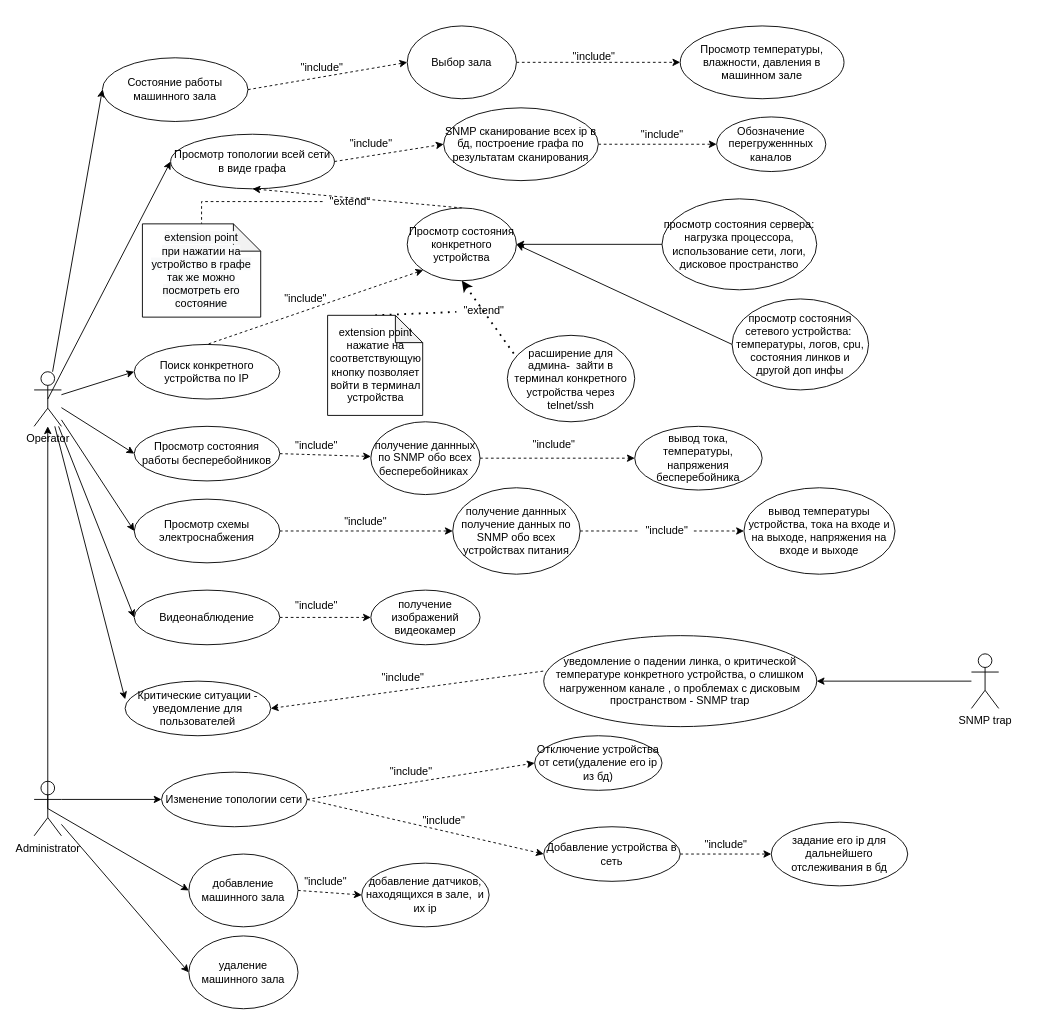
sophiiako/unik keeps this draw.io diagram as Untitled Diagram.drawio. Above is the earlier version. Source tidied: cells renumbered, new cells numbered last; positions are measured from the earlier drawing's top-left corner, leaving out a move shared by most shapes. Both pictures are drawn from the tidied source at 91%, with x=0, y=0 at pixel (34, 25).
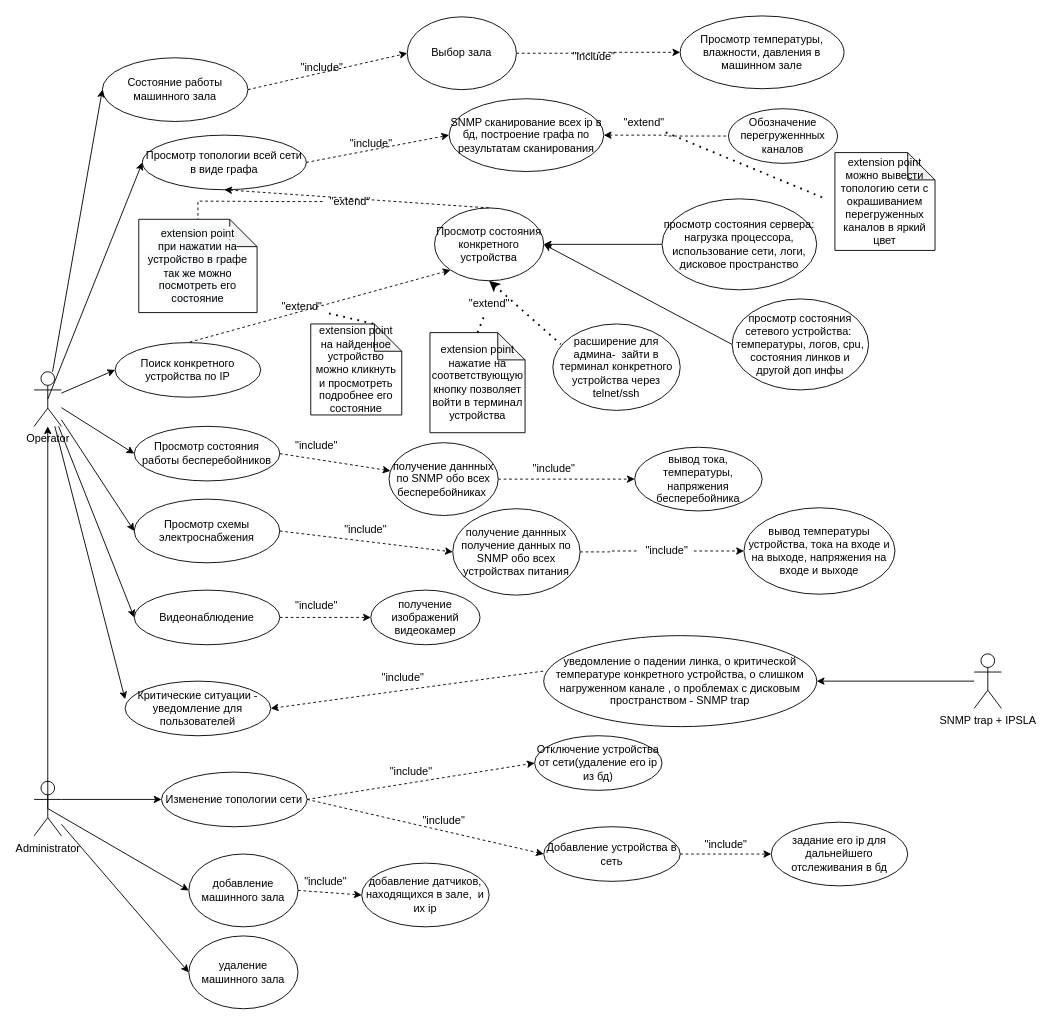
The same page after the edit.

The change refers to these unchanged cells:
```xml
<mxCell id="7" value="Просмотр схемы электроснабжения" style="ellipse;whiteSpace=wrap;html=1;" parent="1" vertex="1">
  <mxGeometry x="110" y="520" width="160" height="70" as="geometry" />
</mxCell>
```

What changed in the source:
```diff
@@
     <mxCell id="3" value="Просмотр температуры, влажности, давления в машинном зале" style="ellipse;whiteSpace=wrap;html=1;" parent="1" vertex="1">
-      <mxGeometry x="710" width="180" height="80" as="geometry" />
+      <mxGeometry x="710" y="-11" width="180" height="80" as="geometry" />
     </mxCell>
     <mxCell id="4" value="Просмотр топологии всей сети в виде графа" style="ellipse;whiteSpace=wrap;html=1;" parent="1" vertex="1">
-      <mxGeometry x="150" y="119" width="180" height="60" as="geometry" />
+      <mxGeometry x="119" y="120" width="180" height="60" as="geometry" />
     </mxCell>
@@
-    <mxCell id="6" style="edgeStyle=orthogonalEdgeStyle;rounded=0;jettySize=auto;html=1;dashed=1;" parent="1" edge="1" source="7" target="30">
-      <mxGeometry relative="1" as="geometry" />
-    </mxCell>
@@
     <mxCell id="9" value="Просмотр состояния конкретного устройства" style="ellipse;whiteSpace=wrap;html=1;" parent="1" vertex="1">
-      <mxGeometry x="410" y="200" width="120" height="80" as="geometry" />
+      <mxGeometry x="440" y="200" width="120" height="80" as="geometry" />
     </mxCell>
@@
     <mxCell id="12" value="Обозначение перегруженнных каналов" style="ellipse;whiteSpace=wrap;html=1;" parent="1" vertex="1">
-      <mxGeometry x="750" y="100" width="120" height="60" as="geometry" />
+      <mxGeometry x="763" y="91" width="120" height="60" as="geometry" />
     </mxCell>
@@
     <mxCell id="16" value="Поиск конкретного устройства по IP" style="ellipse;whiteSpace=wrap;html=1;" parent="1" vertex="1">
-      <mxGeometry x="110" y="350" width="160" height="60" as="geometry" />
+      <mxGeometry x="89" y="348" width="160" height="60" as="geometry" />
     </mxCell>
@@
     <mxCell id="30" value="получение даннных получение данных по SNMP обо всех устройствах питания" style="ellipse;whiteSpace=wrap;html=1;" parent="1" vertex="1">
-      <mxGeometry x="460" y="507.5" width="140" height="95" as="geometry" />
+      <mxGeometry x="460" y="530.5" width="140" height="95" as="geometry" />
     </mxCell>
@@
     <mxCell id="32" value="получение даннных по SNMP обо всех бесперебойниках&amp;nbsp;" style="ellipse;whiteSpace=wrap;html=1;" parent="1" vertex="1">
-      <mxGeometry x="370" y="435" width="120" height="80" as="geometry" />
+      <mxGeometry x="390" y="458" width="120" height="80" as="geometry" />
     </mxCell>
@@
     <mxCell id="34" value="Выбор зала" style="ellipse;whiteSpace=wrap;html=1;" parent="1" vertex="1">
-      <mxGeometry x="410" width="120" height="80" as="geometry" />
+      <mxGeometry x="410" y="-10" width="120" height="80" as="geometry" />
     </mxCell>
-    <mxCell id="35" style="edgeStyle=orthogonalEdgeStyle;rounded=0;jettySize=auto;html=1;dashed=1;" parent="1" edge="1" source="36" target="12">
+    <mxCell id="35" style="edgeStyle=orthogonalEdgeStyle;rounded=0;jettySize=auto;html=1;dashed=1;endArrow=none;endFill=0;startArrow=classic;startFill=1;" parent="1" edge="1" source="36" target="12">
       <mxGeometry relative="1" as="geometry" />
     </mxCell>
     <mxCell id="36" value="SNMP сканирование всех ip в бд, построение графа по результатам сканирования" style="ellipse;whiteSpace=wrap;html=1;" parent="1" vertex="1">
-      <mxGeometry x="450" y="90" width="170" height="80" as="geometry" />
+      <mxGeometry x="456" y="80" width="170" height="80" as="geometry" />
     </mxCell>
@@
     <mxCell id="42" value="расширение для админа-&amp;nbsp; зайти в терминал конкретного устройства через telnet/ssh" style="ellipse;whiteSpace=wrap;html=1;" parent="1" vertex="1">
-      <mxGeometry x="520" y="340" width="140" height="95" as="geometry" />
+      <mxGeometry x="570" y="327.5" width="140" height="95" as="geometry" />
     </mxCell>
@@
     <mxCell id="48" value="вывод тока, температуры, напряжения бесперебойника" style="ellipse;whiteSpace=wrap;html=1;" parent="1" vertex="1">
-      <mxGeometry x="660" y="440" width="140" height="70" as="geometry" />
+      <mxGeometry x="660" y="463" width="140" height="70" as="geometry" />
     </mxCell>
     <mxCell id="49" value="вывод температуры устройства, тока на входе и на выходе, напряжения на входе и выходе" style="ellipse;whiteSpace=wrap;html=1;" parent="1" vertex="1">
-      <mxGeometry x="780" y="507.5" width="166" height="95" as="geometry" />
+      <mxGeometry x="780" y="529.5" width="166" height="95" as="geometry" />
     </mxCell>
@@
     <mxCell id="60" value="&quot;include&quot;" style="text;html=1;align=center;verticalAlign=middle;strokeColor=none;fillColor=none;" parent="1" vertex="1">
-      <mxGeometry x="334" y="535" width="60" height="20" as="geometry" />
+      <mxGeometry x="334" y="544" width="60" height="20" as="geometry" />
     </mxCell>
@@
     <mxCell id="63" value="&quot;include&quot;" style="text;html=1;align=center;verticalAlign=middle;strokeColor=none;fillColor=none;" parent="1" vertex="1">
-      <mxGeometry x="541" y="450" width="60" height="20" as="geometry" />
+      <mxGeometry x="541" y="477" width="60" height="20" as="geometry" />
     </mxCell>
-    <mxCell id="64" value="&quot;include&quot;" style="text;html=1;align=center;verticalAlign=middle;points=[];strokeColor=none;fillColor=none;" parent="1" vertex="1">
-      <mxGeometry x="268" y="290" width="60" height="20" as="geometry" />
+    <mxCell id="64" value="&quot;extend&quot;" style="text;html=1;align=center;verticalAlign=middle;points=[];strokeColor=none;fillColor=none;" parent="1" vertex="1">
+      <mxGeometry x="264" y="299" width="60" height="20" as="geometry" />
     </mxCell>
     <mxCell id="65" value="&quot;include&quot;" style="text;html=1;align=center;verticalAlign=middle;points=[];strokeColor=none;fillColor=none;" parent="1" vertex="1">
-      <mxGeometry x="665" y="545" width="60" height="20" as="geometry" />
+      <mxGeometry x="665" y="567" width="60" height="20" as="geometry" />
     </mxCell>
@@
-    <mxCell id="68" value="&quot;include&quot;" style="text;html=1;align=center;verticalAlign=middle;strokeColor=none;fillColor=none;" parent="1" vertex="1">
-      <mxGeometry x="660" y="110" width="60" height="20" as="geometry" />
-    </mxCell>
@@
     <mxCell id="70" value="&quot;extend&quot;" style="text;html=1;align=center;verticalAlign=middle;points=[];strokeColor=none;fillColor=none;" parent="1" vertex="1">
-      <mxGeometry x="464" y="303" width="60" height="20" as="geometry" />
+      <mxGeometry x="470" y="295" width="60" height="20" as="geometry" />
     </mxCell>
@@
-    <mxCell id="77" value="SNMP trap" style="shape=umlActor;verticalLabelPosition=bottom;verticalAlign=top;html=1;outlineConnect=0;" parent="1" vertex="1">
-      <mxGeometry x="1030" y="690" width="30" height="60" as="geometry" />
+    <mxCell id="77" value="SNMP trap + IPSLA" style="shape=umlActor;verticalLabelPosition=bottom;verticalAlign=top;html=1;outlineConnect=0;" parent="1" vertex="1">
+      <mxGeometry x="1033" y="690" width="30" height="60" as="geometry" />
     </mxCell>
@@
     <mxCell id="84" value="&lt;span style=&quot;color: rgb(0 , 0 , 0) ; font-family: &amp;#34;helvetica&amp;#34; ; font-size: 12px ; font-style: normal ; font-weight: 400 ; letter-spacing: normal ; text-align: center ; text-indent: 0px ; text-transform: none ; word-spacing: 0px ; background-color: rgb(248 , 249 , 250) ; display: inline ; float: none&quot;&gt;extension point&lt;br&gt;при нажатии на устройство в графе так же можно посмотреть его состояние&lt;/span&gt;" style="shape=note;whiteSpace=wrap;html=1;backgroundOutline=1;darkOpacity=0.05;" parent="1" vertex="1">
-      <mxGeometry x="119" y="217.5" width="130" height="102.5" as="geometry" />
+      <mxGeometry x="115" y="212.5" width="130" height="102.5" as="geometry" />
     </mxCell>
     <mxCell id="85" value="extension point&lt;br&gt;нажатие на соответствующую кнопку позволяет войти в терминал устройства" style="shape=note;whiteSpace=wrap;html=1;backgroundOutline=1;darkOpacity=0.05;" parent="1" vertex="1">
-      <mxGeometry x="322.5" y="318" width="104.5" height="110" as="geometry" />
+      <mxGeometry x="435" y="337" width="104.5" height="110" as="geometry" />
     </mxCell>
+    <mxCell id="86" value="extension point&lt;br&gt;на найденное устройство можно кликнуть и просмотреть подробнее его состояние" style="shape=note;whiteSpace=wrap;html=1;backgroundOutline=1;darkOpacity=0.05;" parent="1" vertex="1">
+      <mxGeometry x="304" y="327.5" width="100" height="100" as="geometry" />
+    </mxCell>
+    <mxCell id="87" style="endArrow=none;dashed=1;html=1;dashPattern=1 3;strokeWidth=2;rounded=0;entryX=0;entryY=0;entryDx=70;entryDy=0;entryPerimeter=0;" parent="1" edge="1" source="64" target="86">
+      <mxGeometry relative="1" as="geometry" />
+    </mxCell>
+    <mxCell id="6" style="endArrow=classic;html=1;rounded=0;dashed=1;exitX=1;exitY=0.5;exitDx=0;exitDy=0;entryX=0;entryY=0.5;entryDx=0;entryDy=0;" parent="1" edge="1" source="7" target="30">
+      <mxGeometry relative="1" as="geometry" />
+    </mxCell>
+    <mxCell id="88" value="&quot;extend&quot;" style="text;html=1;align=center;verticalAlign=middle;points=[];strokeColor=none;fillColor=none;" parent="1" vertex="1">
+      <mxGeometry x="640" y="97" width="60" height="20" as="geometry" />
+    </mxCell>
+    <mxCell id="89" value="extension point&lt;br&gt;можно вывести топологию сети с окрашиванием перегруженных каналов в яркий цвет" style="shape=note;whiteSpace=wrap;html=1;backgroundOutline=1;darkOpacity=0.05;" parent="1" vertex="1">
+      <mxGeometry x="880" y="139.2" width="110" height="107.5" as="geometry" />
+    </mxCell>
+    <mxCell id="90" style="endArrow=none;dashed=1;html=1;dashPattern=1 3;strokeWidth=2;rounded=0;" parent="1" edge="1" source="88">
+      <mxGeometry relative="1" as="geometry">
+        <mxPoint x="870" y="190" as="targetPoint" />
+      </mxGeometry>
+    </mxCell>
```
